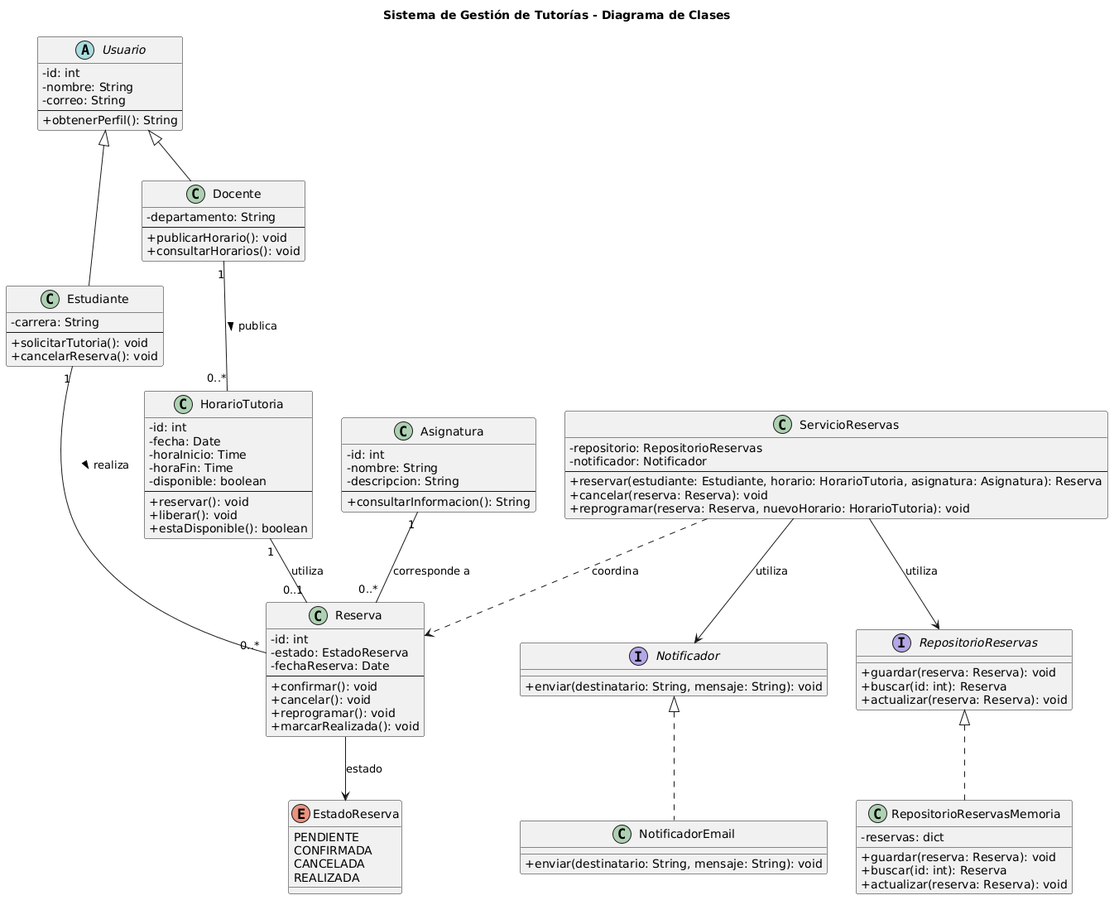
The PlantUML diagram docs/modelo-clases.png in charlielopez0396/sistema-tutorias-LopezCharlie, before a commit.
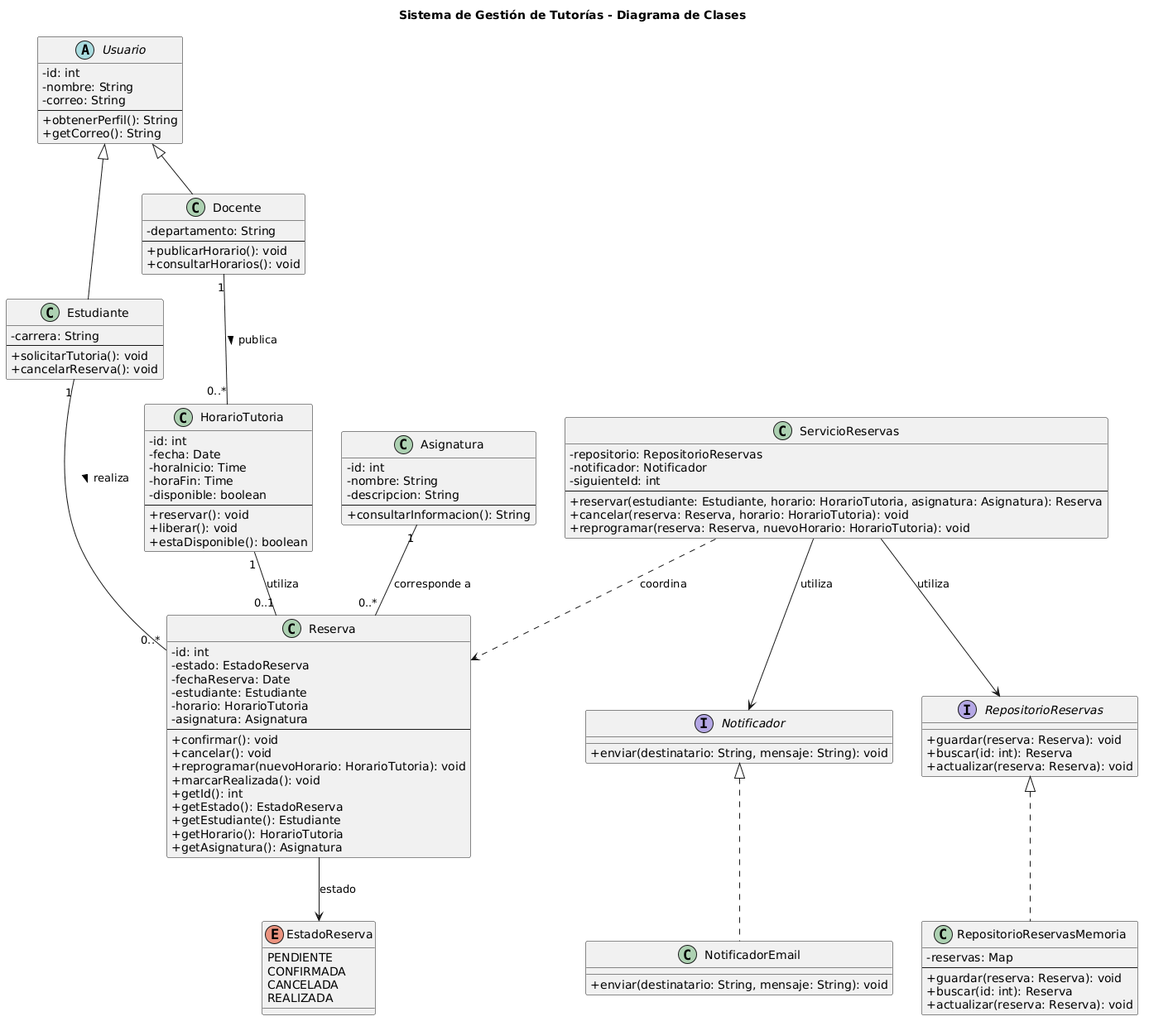
After the change.

Commit message:
refactor: alinear modelo UML con implementaciones Python y Java

The edit, as a diff of the source:
```diff
@@ -10,6 +10,7 @@
   - correo: String
   --
   + obtenerPerfil(): String
+  + getCorreo(): String
 }
 
 class Estudiante {
@@ -58,20 +59,29 @@
   - id: int
   - estado: EstadoReserva
   - fechaReserva: Date
+  - estudiante: Estudiante
+  - horario: HorarioTutoria
+  - asignatura: Asignatura
   --
   + confirmar(): void
   + cancelar(): void
-  + reprogramar(): void
+  + reprogramar(nuevoHorario: HorarioTutoria): void
   + marcarRealizada(): void
+  + getId(): int
+  + getEstado(): EstadoReserva
+  + getEstudiante(): Estudiante
+  + getHorario(): HorarioTutoria
+  + getAsignatura(): Asignatura
 }
 
 
 class ServicioReservas {
   - repositorio: RepositorioReservas
   - notificador: Notificador
+  - siguienteId: int
   --
   + reservar(estudiante: Estudiante, horario: HorarioTutoria, asignatura: Asignatura): Reserva
-  + cancelar(reserva: Reserva): void
+  + cancelar(reserva: Reserva, horario: HorarioTutoria): void
   + reprogramar(reserva: Reserva, nuevoHorario: HorarioTutoria): void
 }
 
@@ -92,10 +102,11 @@
 }
 
 class RepositorioReservasMemoria {
-    - reservas: dict
-    + guardar(reserva: Reserva): void
-    + buscar(id: int): Reserva
-    + actualizar(reserva: Reserva): void
+  - reservas: Map
+  --
+  + guardar(reserva: Reserva): void
+  + buscar(id: int): Reserva
+  + actualizar(reserva: Reserva): void
 }
 
 
```
